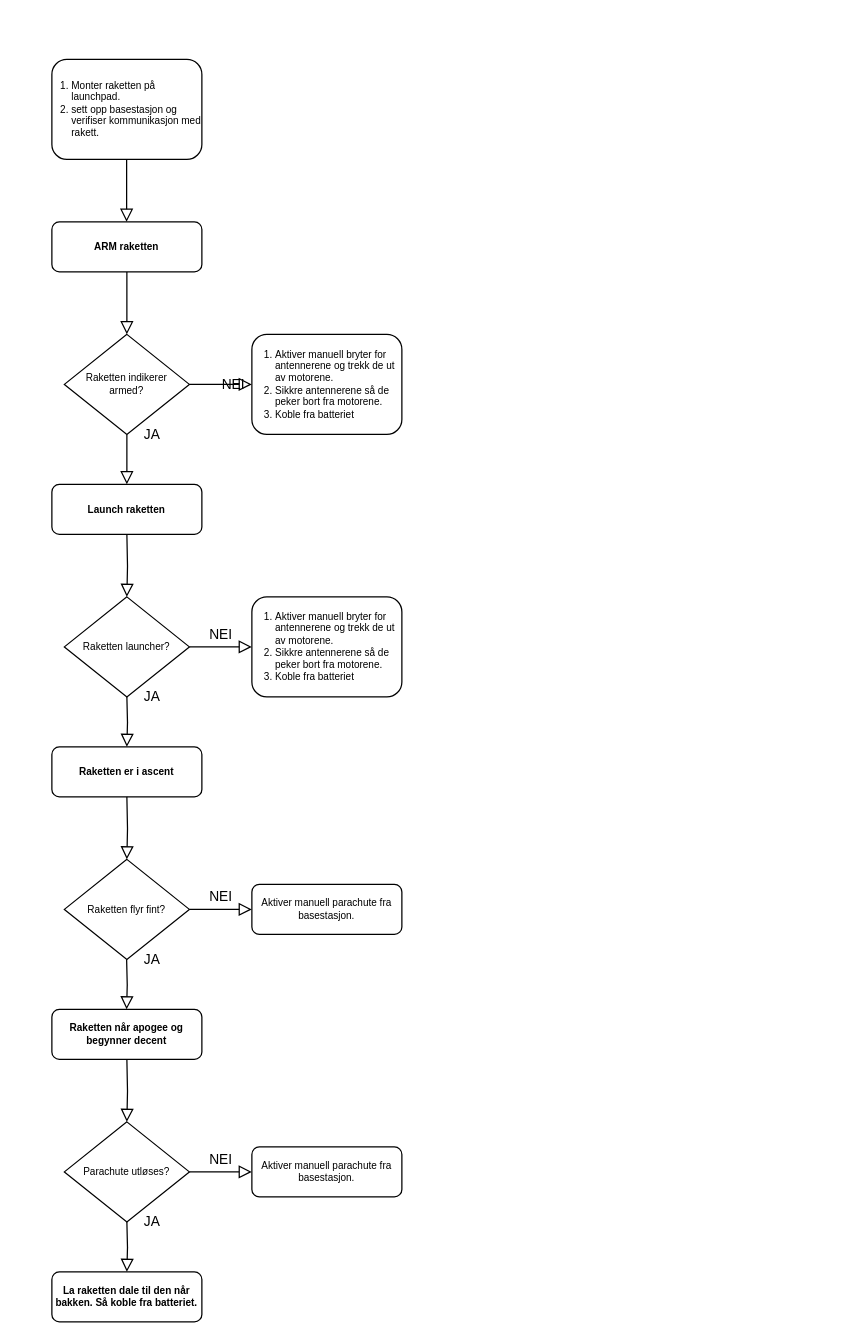
The draw.io diagram launchFlowchart.drawio in Androse06/SpaceY, before the edit. Source tidied: cells renumbered, new cells numbered last; positions are measured from the earlier drawing's top-left corner, leaving out a move shared by most shapes. Both pictures are drawn from the tidied source at 125%, with x=0, y=0 at pixel (51, 59).
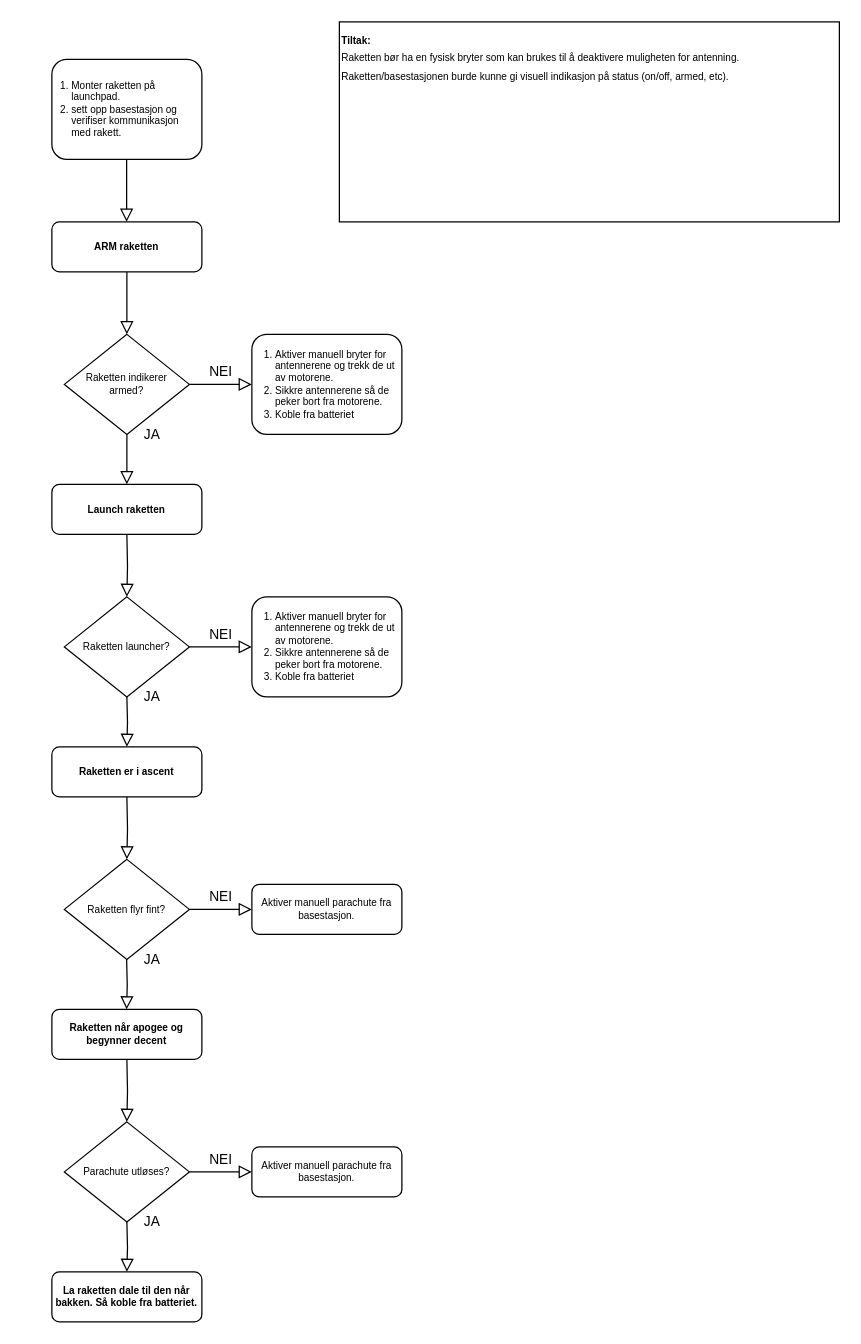
The same page after the edit.

Unchanged cells that the change refers to:
```xml
<mxCell id="6" value="Raketten indikerer armed?" style="rhombus;whiteSpace=wrap;html=1;shadow=0;fontFamily=Helvetica;fontSize=8;align=center;strokeWidth=1;spacing=6;spacingTop=0;spacingLeft=3;spacingRight=3;" parent="1" vertex="1">
  <mxGeometry x="10" y="220" width="100" height="80" as="geometry" />
</mxCell>
```

What changed in the source:
```diff
@@
     <mxCell id="5" value="NEI" style="edgeStyle=orthogonalEdgeStyle;rounded=0;html=1;jettySize=auto;fontSize=11;endArrow=block;endFill=0;endSize=8;strokeWidth=1;shadow=0;labelBackgroundColor=none;" parent="1" edge="1" source="6">
-      <mxGeometry y="10" relative="1" as="geometry">
+      <mxGeometry x="-0.01" y="-10" relative="1" as="geometry">
         <mxPoint x="160" y="260" as="targetPoint" />
+        <mxPoint x="10" y="-10" as="offset" />
       </mxGeometry>
     </mxCell>
@@
-    <mxCell id="26" value="&lt;ol&gt;&lt;li&gt;Monter raketten på launchpad.&lt;/li&gt;&lt;li&gt;sett opp basestasjon og verifiser kommunikasjon med rakett.&lt;/li&gt;&lt;/ol&gt;" style="rounded=1;whiteSpace=wrap;html=1;fontSize=8;glass=0;strokeWidth=1;shadow=0;spacingLeft=-26;align=left;" parent="1" vertex="1">
+    <mxCell id="26" value="&lt;ol&gt;&lt;li&gt;Monter raketten på launchpad.&lt;/li&gt;&lt;li&gt;sett opp basestasjon og verifiser kommunikasjon med rakett.&lt;/li&gt;&lt;/ol&gt;" style="rounded=1;whiteSpace=wrap;html=1;fontSize=8;glass=0;strokeWidth=1;shadow=0;spacingLeft=-26;align=left;spacingRight=2;" parent="1" vertex="1">
       <mxGeometry width="120" height="80" as="geometry" />
     </mxCell>
@@
+    <mxCell id="29" value="&lt;span style=&quot;font-size: 8px;&quot;&gt;&lt;b&gt;Tiltak:&lt;/b&gt;&lt;/span&gt;&lt;div style=&quot;&quot;&gt;&lt;span style=&quot;font-size: 8px;&quot;&gt;Raketten bør ha en fysisk bryter som kan brukes til å deaktivere muligheten for antenning.&lt;/span&gt;&lt;/div&gt;&lt;div style=&quot;&quot;&gt;&lt;span style=&quot;font-size: 8px;&quot;&gt;Raketten/basestasjonen burde kunne gi visuell indikasjon på status (on/off, armed, etc).&lt;/span&gt;&lt;/div&gt;&lt;div style=&quot;&quot;&gt;&lt;span style=&quot;font-size: 8px;&quot;&gt;&lt;br&gt;&lt;/span&gt;&lt;/div&gt;" style="rounded=0;whiteSpace=wrap;html=1;align=left;verticalAlign=top;" parent="1" vertex="1">
+      <mxGeometry x="230" y="-30" width="400" height="160" as="geometry" />
+    </mxCell>
```
